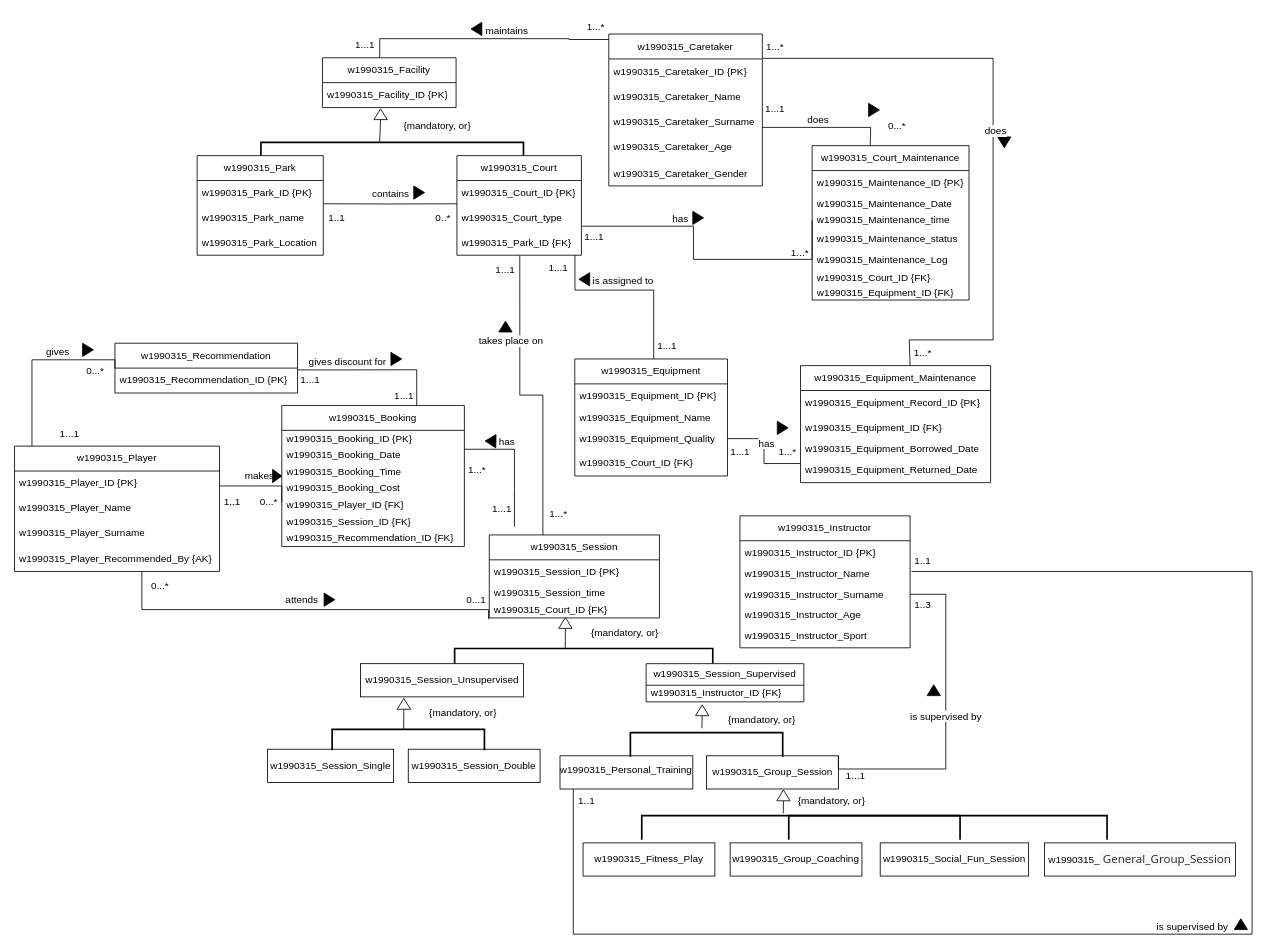
Above: page "Strona-1" (1 of 3) of DB_cwk.drawio in frajdzia/DB_cwk (draw.io), before the change. Source tidied: cells renumbered, new cells numbered last; positions are measured from the earlier drawing's top-left corner, leaving out a move shared by most shapes. Both pictures are drawn from the tidied source at 83%, with x=0, y=0 at pixel (14, 14).
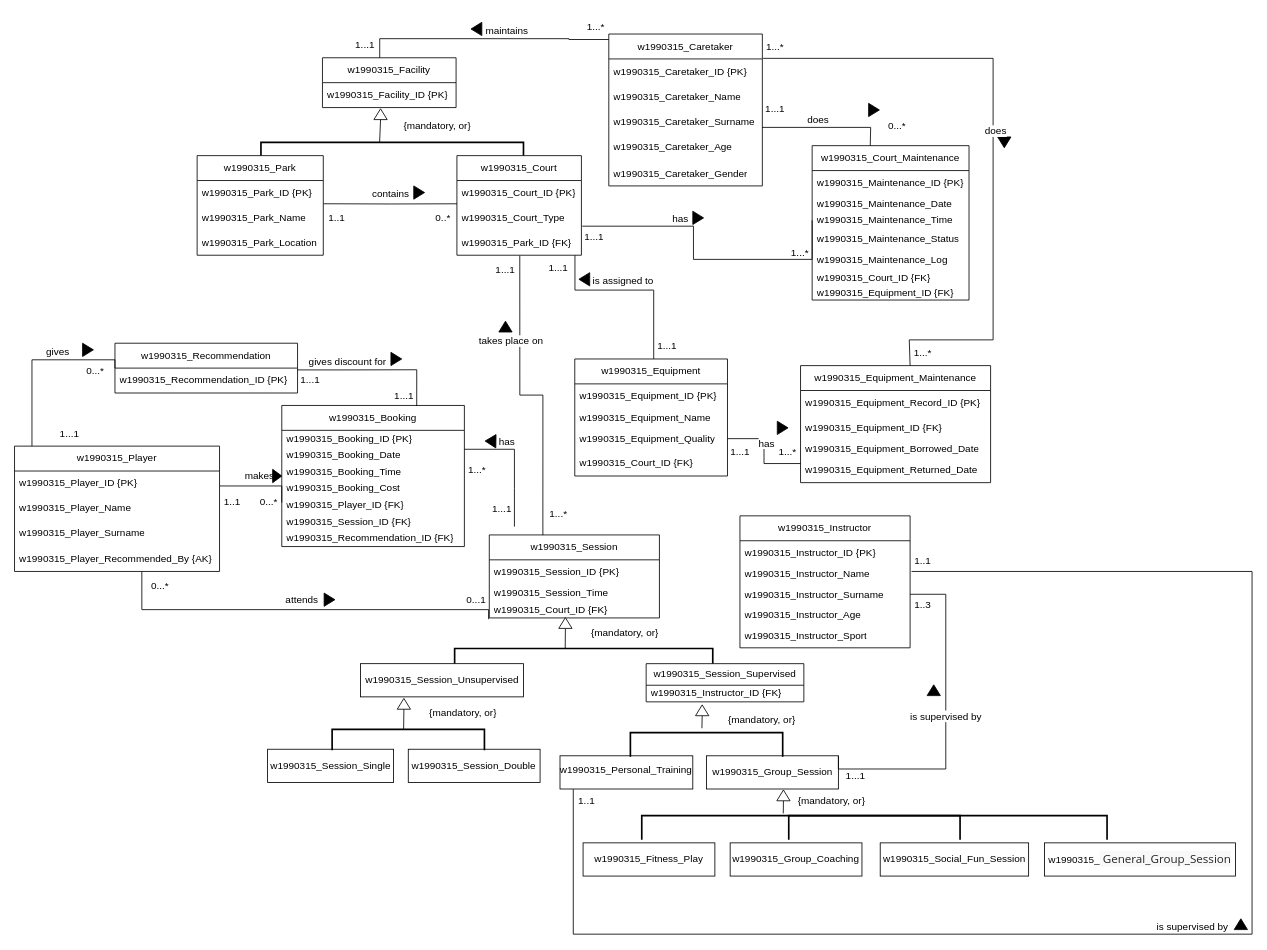
After the change.

The change refers to these unchanged cells:
```xml
<mxCell id="8" value="w1990315_Court" style="swimlane;fontStyle=0;horizontal=1;startSize=30;whiteSpace=wrap;html=1;" parent="1" vertex="1">
  <mxGeometry x="533" y="170" width="150" height="120" as="geometry" />
</mxCell>
<mxCell id="17" value="w1990315_Session" style="swimlane;fontStyle=0;horizontal=1;startSize=30;whiteSpace=wrap;html=1;" parent="1" vertex="1">
  <mxGeometry x="572" y="627" width="205" height="100" as="geometry" />
</mxCell>
<mxCell id="36" value="w1990315_Court_Maintenance" style="swimlane;fontStyle=0;horizontal=1;startSize=30;whiteSpace=wrap;html=1;" parent="1" vertex="1">
  <mxGeometry x="961" y="158" width="189" height="186" as="geometry" />
</mxCell>
<mxCell id="44" value="w1990315_Park" style="swimlane;fontStyle=0;horizontal=1;startSize=30;whiteSpace=wrap;html=1;" parent="1" vertex="1">
  <mxGeometry x="220" y="170" width="152" height="120" as="geometry" />
</mxCell>
```

Diff of the diagram source:
```diff
@@
-    <mxCell id="10" value="&lt;span style=&quot;text-align: center;&quot;&gt;w1990315_&lt;/span&gt;Court_type" style="text;strokeColor=none;fillColor=none;align=left;verticalAlign=middle;spacingLeft=4;spacingRight=4;overflow=hidden;whiteSpace=wrap;html=1;" parent="8" vertex="1">
+    <mxCell id="10" value="&lt;span style=&quot;text-align: center;&quot;&gt;w1990315_&lt;/span&gt;Court_Type" style="text;strokeColor=none;fillColor=none;align=left;verticalAlign=middle;spacingLeft=4;spacingRight=4;overflow=hidden;whiteSpace=wrap;html=1;" parent="8" vertex="1">
       <mxGeometry y="60" width="150" height="30" as="geometry" />
     </mxCell>
@@
-    <mxCell id="19" value="&lt;span style=&quot;text-align: center;&quot;&gt;w1990315_&lt;/span&gt;Session_time" style="text;strokeColor=none;fillColor=none;align=left;verticalAlign=middle;spacingLeft=4;spacingRight=4;overflow=hidden;whiteSpace=wrap;html=1;" parent="17" vertex="1">
+    <mxCell id="19" value="&lt;span style=&quot;text-align: center;&quot;&gt;w1990315_&lt;/span&gt;Session_Time" style="text;strokeColor=none;fillColor=none;align=left;verticalAlign=middle;spacingLeft=4;spacingRight=4;overflow=hidden;whiteSpace=wrap;html=1;" parent="17" vertex="1">
       <mxGeometry y="60" width="205" height="20" as="geometry" />
     </mxCell>
@@
-    <mxCell id="39" value="&lt;span style=&quot;text-align: center;&quot;&gt;w1990315_&lt;/span&gt;Maintenance_time" style="text;strokeColor=none;fillColor=none;align=left;verticalAlign=middle;spacingLeft=4;spacingRight=4;overflow=hidden;points=[[0,0.5],[1,0.5]];portConstraint=eastwest;whiteSpace=wrap;html=1;" parent="36" vertex="1">
+    <mxCell id="39" value="&lt;span style=&quot;text-align: center;&quot;&gt;w1990315_&lt;/span&gt;Maintenance_Time" style="text;strokeColor=none;fillColor=none;align=left;verticalAlign=middle;spacingLeft=4;spacingRight=4;overflow=hidden;points=[[0,0.5],[1,0.5]];portConstraint=eastwest;whiteSpace=wrap;html=1;" parent="36" vertex="1">
       <mxGeometry y="80" width="189" height="20" as="geometry" />
     </mxCell>
-    <mxCell id="40" value="&lt;span style=&quot;text-align: center;&quot;&gt;w1990315_&lt;/span&gt;Maintenance_status" style="text;strokeColor=none;fillColor=none;align=left;verticalAlign=middle;spacingLeft=4;spacingRight=4;overflow=hidden;whiteSpace=wrap;html=1;" parent="36" vertex="1">
+    <mxCell id="40" value="&lt;span style=&quot;text-align: center;&quot;&gt;w1990315_&lt;/span&gt;Maintenance_Status" style="text;strokeColor=none;fillColor=none;align=left;verticalAlign=middle;spacingLeft=4;spacingRight=4;overflow=hidden;whiteSpace=wrap;html=1;" parent="36" vertex="1">
       <mxGeometry y="100" width="189" height="25" as="geometry" />
     </mxCell>
@@
-    <mxCell id="46" value="&lt;span style=&quot;text-align: center;&quot;&gt;w1990315_&lt;/span&gt;Park_name" style="text;strokeColor=none;fillColor=none;align=left;verticalAlign=middle;spacingLeft=4;spacingRight=4;overflow=hidden;whiteSpace=wrap;html=1;" parent="44" vertex="1">
+    <mxCell id="46" value="&lt;span style=&quot;text-align: center;&quot;&gt;w1990315_&lt;/span&gt;Park_Name" style="text;strokeColor=none;fillColor=none;align=left;verticalAlign=middle;spacingLeft=4;spacingRight=4;overflow=hidden;whiteSpace=wrap;html=1;" parent="44" vertex="1">
       <mxGeometry y="60" width="152" height="30" as="geometry" />
     </mxCell>
```
